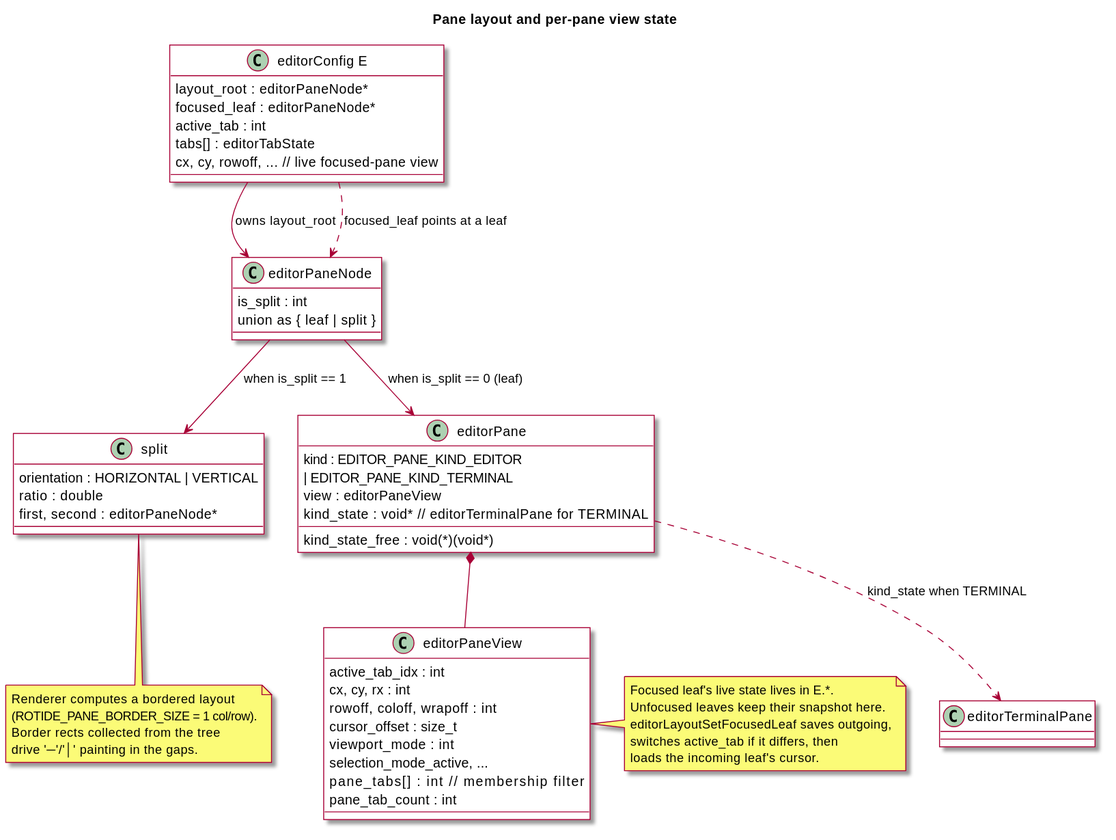
Before: docs/diagrams/svg/pane-layout.svg, a diagram exported from PlantUML (kokkoniemi/rotide). Its source is kept beside it as docs/diagrams/src/pane-layout.puml.
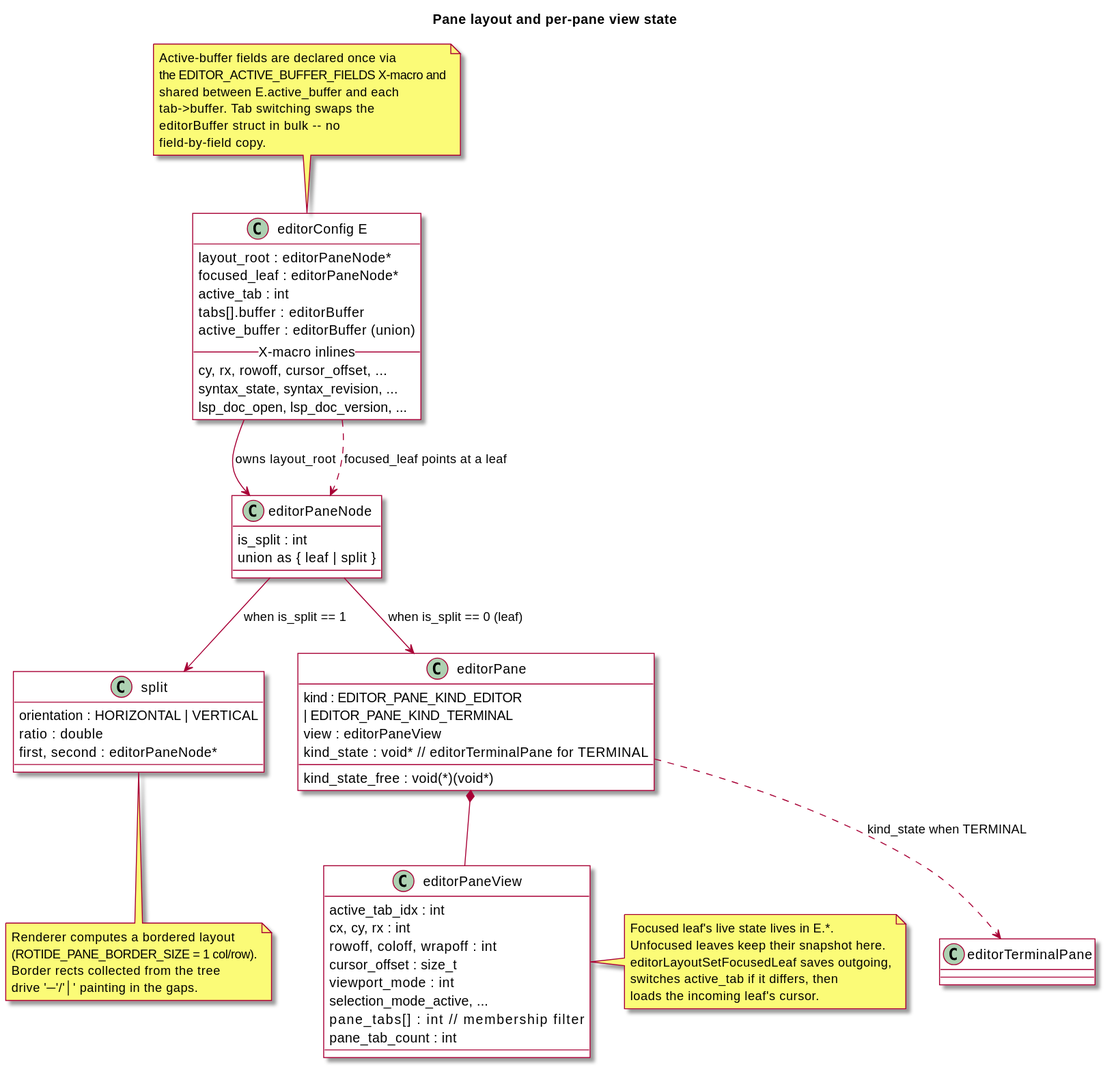
Later version of the same file.

The edit, as a diff of the source:
```diff
@@ -9,8 +9,12 @@
   layout_root : editorPaneNode*
   focused_leaf : editorPaneNode*
   active_tab : int
-  tabs[] : editorTabState
-  cx, cy, rowoff, ...  // live focused-pane view
+  tabs[].buffer : editorBuffer
+  active_buffer : editorBuffer (union)
+  -- X-macro inlines --
+  cy, rx, rowoff, cursor_offset, ...
+  syntax_state, syntax_revision, ...
+  lsp_doc_open, lsp_doc_version, ...
 }
 
 class editorPaneNode {
@@ -58,6 +62,15 @@
   loads the incoming leaf's cursor.
 end note
 
+note top of E
+  Active-buffer fields are declared once via
+  the EDITOR_ACTIVE_BUFFER_FIELDS X-macro and
+  shared between E.active_buffer and each
+  tab->buffer. Tab switching swaps the
+  editorBuffer struct in bulk -- no
+  field-by-field copy.
+end note
+
 note bottom of Split
   Renderer computes a bordered layout
   (ROTIDE_PANE_BORDER_SIZE = 1 col/row).
```
